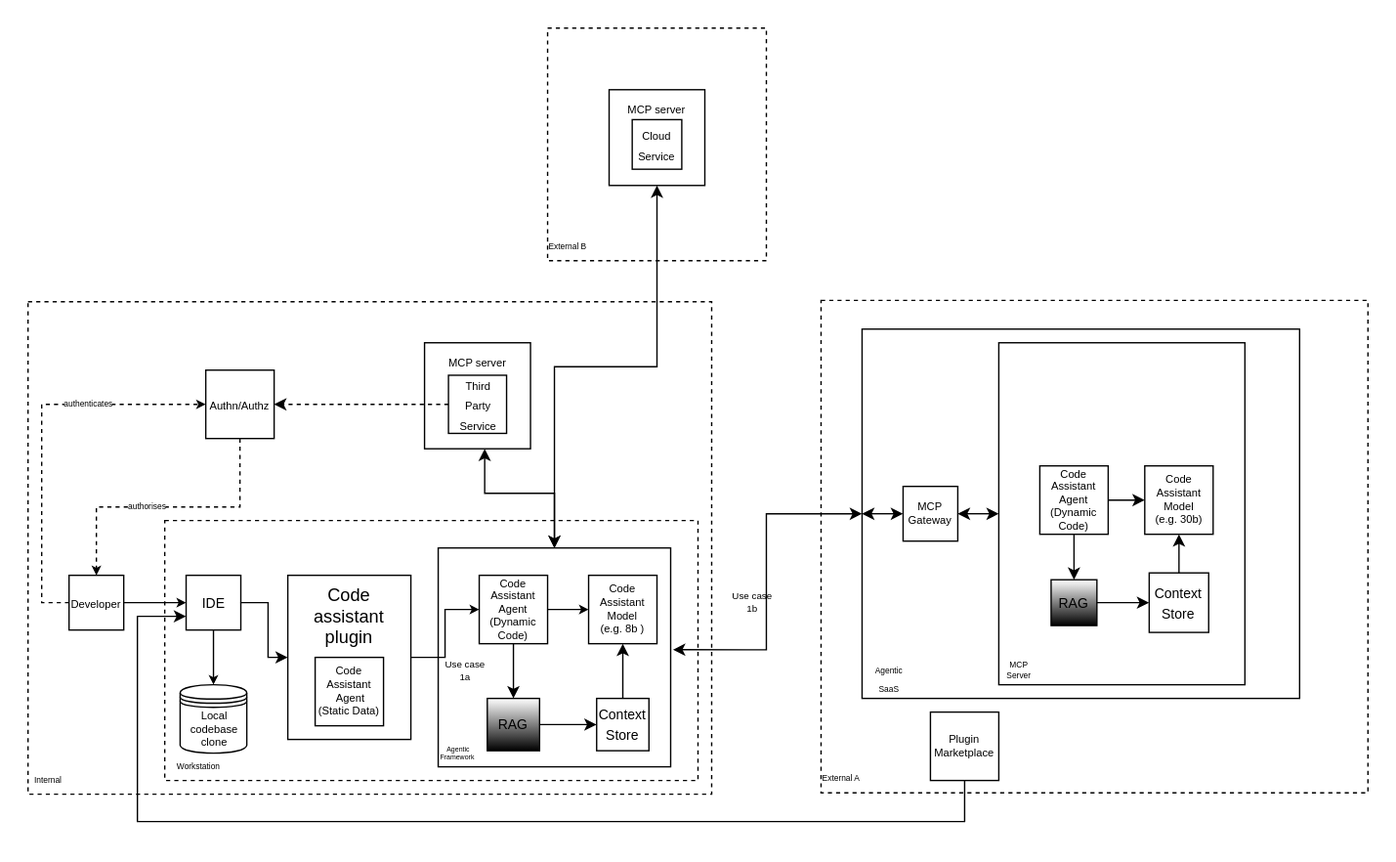
lfai/security-and-compliance keeps this draw.io diagram as subgroups/use-cases-and-threat-models/use_cases/code_assistant/diagram/ai_code_generator_threat_model_diagram_updated_2026_05_12.drawio.svg. Above is the earlier version. Source tidied: cells renumbered, new cells last; positions are measured from the earlier drawing's top-left corner, leaving out a move shared by most shapes.
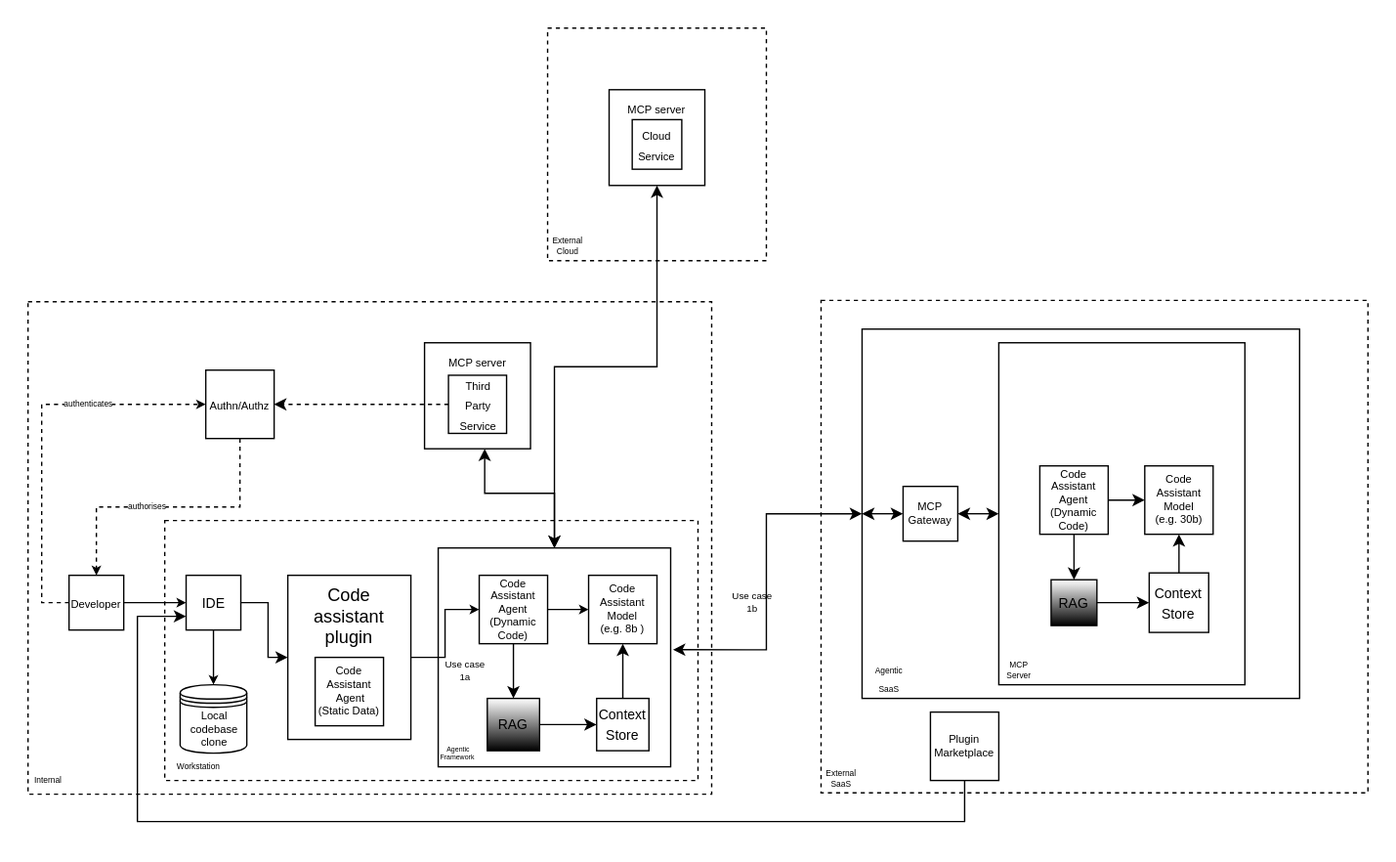
Above is the later version.

Change to the diagram source:
```diff
@@ -100,7 +100,7 @@
     <mxCell id="32" value="Internal" style="text;html=1;whiteSpace=wrap;strokeColor=none;fillColor=none;align=center;verticalAlign=middle;rounded=0;fontSize=6;" parent="1" vertex="1">
       <mxGeometry y="540" width="30" height="20" as="geometry" />
     </mxCell>
-    <mxCell id="33" value="External A" style="text;html=1;whiteSpace=wrap;strokeColor=none;fillColor=none;align=center;verticalAlign=middle;rounded=0;fontSize=6;" parent="1" vertex="1">
+    <mxCell id="33" value="External SaaS" style="text;html=1;whiteSpace=wrap;strokeColor=none;fillColor=none;align=center;verticalAlign=middle;rounded=0;fontSize=6;" parent="1" vertex="1">
       <mxGeometry x="580" y="539" width="30" height="20" as="geometry" />
     </mxCell>
     <mxCell id="34" style="edgeStyle=orthogonalEdgeStyle;rounded=0;jettySize=auto;html=1;entryX=0;entryY=0.75;entryDx=0;entryDy=0;" parent="1" edge="1" source="35" target="15">
@@ -166,7 +166,7 @@
     <mxCell id="52" value="&lt;div&gt;&lt;font style=&quot;font-size: 8px;&quot;&gt;&lt;span style=&quot;caret-color: rgb(0, 0, 0); color: rgb(0, 0, 0);&quot;&gt;MCP server&lt;/span&gt;&lt;/font&gt;&lt;/div&gt;" style="whiteSpace=wrap;html=1;align=center;verticalAlign=top;" parent="1" vertex="1">
       <mxGeometry x="425" y="45" width="70" height="70" as="geometry" />
     </mxCell>
-    <mxCell id="53" value="External B" style="text;html=1;whiteSpace=wrap;strokeColor=none;fillColor=none;align=center;verticalAlign=middle;rounded=0;fontSize=6;" parent="1" vertex="1">
+    <mxCell id="53" value="External Cloud" style="text;html=1;whiteSpace=wrap;strokeColor=none;fillColor=none;align=center;verticalAlign=middle;rounded=0;fontSize=6;" parent="1" vertex="1">
       <mxGeometry x="380" y="150" width="30" height="20" as="geometry" />
     </mxCell>
     <mxCell id="54" style="edgeStyle=orthogonalEdgeStyle;rounded=0;jettySize=auto;html=1;entryX=0.5;entryY=0;entryDx=0;entryDy=0;" parent="1" edge="1" source="56" target="42">
```
